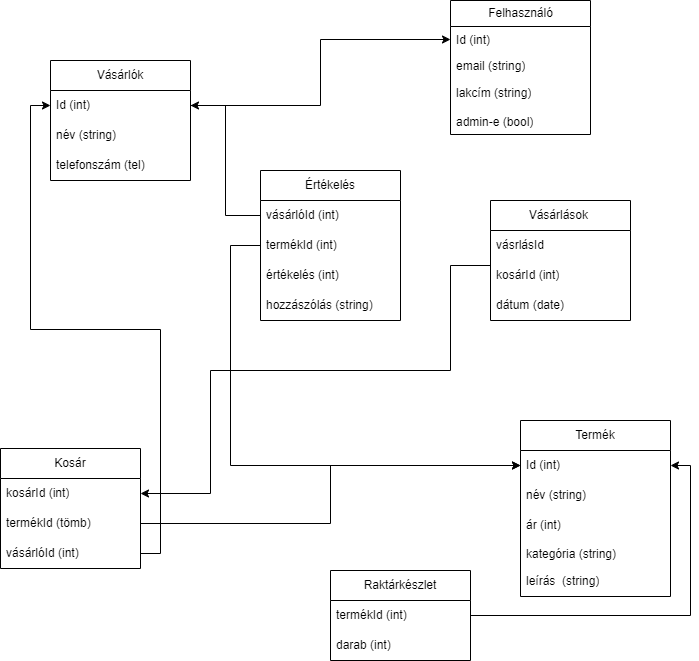
NoSignificantFrustration/RF1 keeps this draw.io diagram as adatbazisterv/adatbazisterv.drawio.png. Above is the earlier version. Source tidied: cells renumbered, new cells last; positions are measured from the earlier drawing's top-left corner, leaving out a move shared by most shapes.
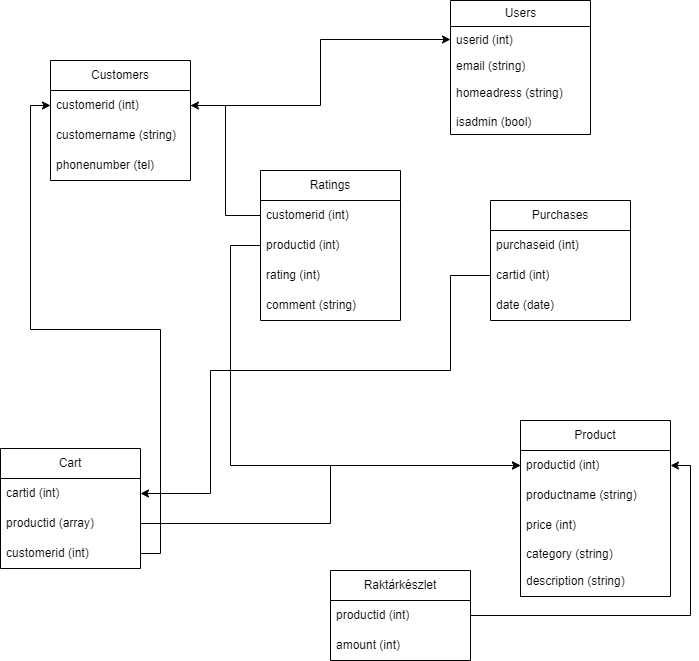
After the commit.

Change to the diagram source:
```diff
@@ -2,82 +2,82 @@
   <root>
     <mxCell id="0" />
     <mxCell id="1" parent="0" />
-    <mxCell id="2" value="Termék" style="swimlane;fontStyle=0;horizontal=1;startSize=30;whiteSpace=wrap;html=1;" parent="1" vertex="1">
+    <mxCell id="2" value="Product" style="swimlane;fontStyle=0;horizontal=1;startSize=30;whiteSpace=wrap;html=1;" parent="1" vertex="1">
       <mxGeometry x="520" y="420" width="150" height="176" as="geometry" />
     </mxCell>
-    <mxCell id="3" value="Id (int)" style="text;strokeColor=none;fillColor=none;align=left;verticalAlign=middle;spacingLeft=4;spacingRight=4;overflow=hidden;points=[[0,0.5],[1,0.5]];portConstraint=eastwest;whiteSpace=wrap;html=1;" parent="2" vertex="1">
+    <mxCell id="3" value="productid (int)" style="text;strokeColor=none;fillColor=none;align=left;verticalAlign=middle;spacingLeft=4;spacingRight=4;overflow=hidden;points=[[0,0.5],[1,0.5]];portConstraint=eastwest;whiteSpace=wrap;html=1;" parent="2" vertex="1">
       <mxGeometry y="30" width="150" height="30" as="geometry" />
     </mxCell>
-    <mxCell id="4" value="név (string)" style="text;strokeColor=none;fillColor=none;align=left;verticalAlign=middle;spacingLeft=4;spacingRight=4;overflow=hidden;whiteSpace=wrap;html=1;" parent="2" vertex="1">
+    <mxCell id="4" value="productname (string)" style="text;strokeColor=none;fillColor=none;align=left;verticalAlign=middle;spacingLeft=4;spacingRight=4;overflow=hidden;whiteSpace=wrap;html=1;" parent="2" vertex="1">
       <mxGeometry y="60" width="150" height="30" as="geometry" />
     </mxCell>
-    <mxCell id="5" value="ár (int)" style="text;strokeColor=none;fillColor=none;align=left;verticalAlign=middle;spacingLeft=4;spacingRight=4;overflow=hidden;whiteSpace=wrap;html=1;" parent="2" vertex="1">
+    <mxCell id="5" value="price (int)" style="text;strokeColor=none;fillColor=none;align=left;verticalAlign=middle;spacingLeft=4;spacingRight=4;overflow=hidden;whiteSpace=wrap;html=1;" parent="2" vertex="1">
       <mxGeometry y="90" width="150" height="30" as="geometry" />
     </mxCell>
-    <mxCell id="6" value="kategória (string)" style="text;strokeColor=none;fillColor=none;align=left;verticalAlign=top;spacingLeft=4;spacingRight=4;overflow=hidden;whiteSpace=wrap;html=1;" parent="2" vertex="1">
+    <mxCell id="6" value="category (string)" style="text;strokeColor=none;fillColor=none;align=left;verticalAlign=top;spacingLeft=4;spacingRight=4;overflow=hidden;whiteSpace=wrap;html=1;" parent="2" vertex="1">
       <mxGeometry y="120" width="150" height="26" as="geometry" />
     </mxCell>
-    <mxCell id="7" value="leírás&amp;nbsp; (string)" style="text;strokeColor=none;fillColor=none;align=left;verticalAlign=middle;spacingLeft=4;spacingRight=4;overflow=hidden;whiteSpace=wrap;html=1;" parent="2" vertex="1">
+    <mxCell id="7" value="description (string)" style="text;strokeColor=none;fillColor=none;align=left;verticalAlign=middle;spacingLeft=4;spacingRight=4;overflow=hidden;whiteSpace=wrap;html=1;" parent="2" vertex="1">
       <mxGeometry y="146" width="150" height="30" as="geometry" />
     </mxCell>
-    <mxCell id="8" value="Felhasználó" style="swimlane;fontStyle=0;horizontal=1;startSize=26;fillColor=none;html=1;" parent="1" vertex="1">
+    <mxCell id="8" value="Users" style="swimlane;fontStyle=0;horizontal=1;startSize=26;fillColor=none;html=1;" parent="1" vertex="1">
       <mxGeometry x="450" width="140" height="134" as="geometry" />
     </mxCell>
-    <mxCell id="9" value="Id (int)" style="text;strokeColor=none;fillColor=none;align=left;verticalAlign=top;spacingLeft=4;spacingRight=4;overflow=hidden;points=[[0,0.5],[1,0.5]];portConstraint=eastwest;whiteSpace=wrap;html=1;" parent="8" vertex="1">
+    <mxCell id="9" value="userid (int)" style="text;strokeColor=none;fillColor=none;align=left;verticalAlign=top;spacingLeft=4;spacingRight=4;overflow=hidden;points=[[0,0.5],[1,0.5]];portConstraint=eastwest;whiteSpace=wrap;html=1;" parent="8" vertex="1">
       <mxGeometry y="26" width="140" height="26" as="geometry" />
     </mxCell>
     <mxCell id="10" value="email (string)" style="text;strokeColor=none;fillColor=none;align=left;verticalAlign=top;spacingLeft=4;spacingRight=4;overflow=hidden;whiteSpace=wrap;html=1;" parent="8" vertex="1">
       <mxGeometry y="52" width="140" height="26" as="geometry" />
     </mxCell>
-    <mxCell id="11" value="lakcím (string)" style="text;strokeColor=none;fillColor=none;align=left;verticalAlign=middle;spacingLeft=4;spacingRight=4;overflow=hidden;whiteSpace=wrap;html=1;" parent="8" vertex="1">
+    <mxCell id="11" value="homeadress (string)" style="text;strokeColor=none;fillColor=none;align=left;verticalAlign=middle;spacingLeft=4;spacingRight=4;overflow=hidden;whiteSpace=wrap;html=1;" parent="8" vertex="1">
       <mxGeometry y="78" width="140" height="30" as="geometry" />
     </mxCell>
-    <mxCell id="12" value="admin-e (bool)" style="text;strokeColor=none;fillColor=none;align=left;verticalAlign=top;spacingLeft=4;spacingRight=4;overflow=hidden;whiteSpace=wrap;html=1;" parent="8" vertex="1">
+    <mxCell id="12" value="isadmin (bool)" style="text;strokeColor=none;fillColor=none;align=left;verticalAlign=top;spacingLeft=4;spacingRight=4;overflow=hidden;whiteSpace=wrap;html=1;" parent="8" vertex="1">
       <mxGeometry y="108" width="140" height="26" as="geometry" />
     </mxCell>
-    <mxCell id="13" value="Vásárlók" style="swimlane;fontStyle=0;horizontal=1;startSize=30;whiteSpace=wrap;html=1;" parent="1" vertex="1">
+    <mxCell id="13" value="Customers" style="swimlane;fontStyle=0;horizontal=1;startSize=30;whiteSpace=wrap;html=1;" parent="1" vertex="1">
       <mxGeometry x="50" y="60" width="140" height="120" as="geometry" />
     </mxCell>
-    <mxCell id="14" value="Id (int)" style="text;strokeColor=none;fillColor=none;align=left;verticalAlign=middle;spacingLeft=4;spacingRight=4;overflow=hidden;points=[[0,0.5],[1,0.5]];portConstraint=eastwest;whiteSpace=wrap;html=1;" parent="13" vertex="1">
+    <mxCell id="14" value="customerid (int)" style="text;strokeColor=none;fillColor=none;align=left;verticalAlign=middle;spacingLeft=4;spacingRight=4;overflow=hidden;points=[[0,0.5],[1,0.5]];portConstraint=eastwest;whiteSpace=wrap;html=1;" parent="13" vertex="1">
       <mxGeometry y="30" width="140" height="30" as="geometry" />
     </mxCell>
-    <mxCell id="15" value="név (string)" style="text;strokeColor=none;fillColor=none;align=left;verticalAlign=middle;spacingLeft=4;spacingRight=4;overflow=hidden;whiteSpace=wrap;html=1;" parent="13" vertex="1">
+    <mxCell id="15" value="customername (string)" style="text;strokeColor=none;fillColor=none;align=left;verticalAlign=middle;spacingLeft=4;spacingRight=4;overflow=hidden;whiteSpace=wrap;html=1;" parent="13" vertex="1">
       <mxGeometry y="60" width="140" height="30" as="geometry" />
     </mxCell>
-    <mxCell id="16" value="telefonszám (tel)" style="text;strokeColor=none;fillColor=none;align=left;verticalAlign=middle;spacingLeft=4;spacingRight=4;overflow=hidden;whiteSpace=wrap;html=1;" parent="13" vertex="1">
+    <mxCell id="16" value="phonenumber (tel)" style="text;strokeColor=none;fillColor=none;align=left;verticalAlign=middle;spacingLeft=4;spacingRight=4;overflow=hidden;whiteSpace=wrap;html=1;" parent="13" vertex="1">
       <mxGeometry y="90" width="140" height="30" as="geometry" />
     </mxCell>
-    <mxCell id="17" value="Kosár" style="swimlane;fontStyle=0;horizontal=1;startSize=30;whiteSpace=wrap;html=1;" parent="1" vertex="1">
+    <mxCell id="17" value="Cart" style="swimlane;fontStyle=0;horizontal=1;startSize=30;whiteSpace=wrap;html=1;" parent="1" vertex="1">
       <mxGeometry y="448" width="140" height="120" as="geometry" />
     </mxCell>
-    <mxCell id="18" value="kosárId (int)" style="text;strokeColor=none;fillColor=none;align=left;verticalAlign=middle;spacingLeft=4;spacingRight=4;overflow=hidden;points=[[0,0.5],[1,0.5]];portConstraint=eastwest;whiteSpace=wrap;html=1;" parent="17" vertex="1">
+    <mxCell id="18" value="cartid (int)" style="text;strokeColor=none;fillColor=none;align=left;verticalAlign=middle;spacingLeft=4;spacingRight=4;overflow=hidden;points=[[0,0.5],[1,0.5]];portConstraint=eastwest;whiteSpace=wrap;html=1;" parent="17" vertex="1">
       <mxGeometry y="30" width="140" height="30" as="geometry" />
     </mxCell>
-    <mxCell id="19" value="termékId (tömb)" style="text;strokeColor=none;fillColor=none;align=left;verticalAlign=middle;spacingLeft=4;spacingRight=4;overflow=hidden;points=[[0,0.5],[1,0.5]];portConstraint=eastwest;whiteSpace=wrap;html=1;" parent="17" vertex="1">
+    <mxCell id="19" value="productid (array)" style="text;strokeColor=none;fillColor=none;align=left;verticalAlign=middle;spacingLeft=4;spacingRight=4;overflow=hidden;points=[[0,0.5],[1,0.5]];portConstraint=eastwest;whiteSpace=wrap;html=1;" parent="17" vertex="1">
       <mxGeometry y="60" width="140" height="30" as="geometry" />
     </mxCell>
-    <mxCell id="20" value="vásárlóId (int)" style="text;strokeColor=none;fillColor=none;align=left;verticalAlign=middle;spacingLeft=4;spacingRight=4;overflow=hidden;points=[[0,0.5],[1,0.5]];portConstraint=eastwest;whiteSpace=wrap;html=1;" parent="17" vertex="1">
+    <mxCell id="20" value="customerid (int)" style="text;strokeColor=none;fillColor=none;align=left;verticalAlign=middle;spacingLeft=4;spacingRight=4;overflow=hidden;points=[[0,0.5],[1,0.5]];portConstraint=eastwest;whiteSpace=wrap;html=1;" parent="17" vertex="1">
       <mxGeometry y="90" width="140" height="30" as="geometry" />
     </mxCell>
-    <mxCell id="21" value="Vásárlások&amp;nbsp;" style="swimlane;fontStyle=0;horizontal=1;startSize=30;whiteSpace=wrap;html=1;" parent="1" vertex="1">
+    <mxCell id="21" value="Purchases" style="swimlane;fontStyle=0;horizontal=1;startSize=30;whiteSpace=wrap;html=1;" parent="1" vertex="1">
       <mxGeometry x="490" y="200" width="140" height="120" as="geometry" />
     </mxCell>
-    <mxCell id="22" value="vásrlásId" style="text;strokeColor=none;fillColor=none;align=left;verticalAlign=middle;spacingLeft=4;spacingRight=4;overflow=hidden;whiteSpace=wrap;html=1;" parent="21" vertex="1">
+    <mxCell id="22" value="purchaseid (int)" style="text;strokeColor=none;fillColor=none;align=left;verticalAlign=middle;spacingLeft=4;spacingRight=4;overflow=hidden;whiteSpace=wrap;html=1;" parent="21" vertex="1">
       <mxGeometry y="30" width="140" height="30" as="geometry" />
     </mxCell>
-    <mxCell id="23" value="kosárId (int)" style="text;strokeColor=none;fillColor=none;align=left;verticalAlign=middle;spacingLeft=4;spacingRight=4;overflow=hidden;points=[[0,0.5],[1,0.5]];portConstraint=eastwest;whiteSpace=wrap;html=1;" parent="21" vertex="1">
+    <mxCell id="23" value="cartid (int)" style="text;strokeColor=none;fillColor=none;align=left;verticalAlign=middle;spacingLeft=4;spacingRight=4;overflow=hidden;points=[[0,0.5],[1,0.5]];portConstraint=eastwest;whiteSpace=wrap;html=1;" parent="21" vertex="1">
       <mxGeometry y="60" width="140" height="30" as="geometry" />
     </mxCell>
-    <mxCell id="24" value="dátum (date)" style="text;strokeColor=none;fillColor=none;align=left;verticalAlign=middle;spacingLeft=4;spacingRight=4;overflow=hidden;whiteSpace=wrap;html=1;" parent="21" vertex="1">
+    <mxCell id="24" value="date (date)" style="text;strokeColor=none;fillColor=none;align=left;verticalAlign=middle;spacingLeft=4;spacingRight=4;overflow=hidden;whiteSpace=wrap;html=1;" parent="21" vertex="1">
       <mxGeometry y="90" width="140" height="30" as="geometry" />
     </mxCell>
     <mxCell id="25" value="Raktárkészlet" style="swimlane;fontStyle=0;horizontal=1;startSize=30;whiteSpace=wrap;html=1;" parent="1" vertex="1">
       <mxGeometry x="330" y="570" width="140" height="90" as="geometry" />
     </mxCell>
-    <mxCell id="26" value="termékId (int)" style="text;strokeColor=none;fillColor=none;align=left;verticalAlign=middle;spacingLeft=4;spacingRight=4;overflow=hidden;points=[[0,0.5],[1,0.5]];portConstraint=eastwest;whiteSpace=wrap;html=1;" parent="25" vertex="1">
+    <mxCell id="26" value="productid (int)" style="text;strokeColor=none;fillColor=none;align=left;verticalAlign=middle;spacingLeft=4;spacingRight=4;overflow=hidden;points=[[0,0.5],[1,0.5]];portConstraint=eastwest;whiteSpace=wrap;html=1;" parent="25" vertex="1">
       <mxGeometry y="30" width="140" height="30" as="geometry" />
     </mxCell>
-    <mxCell id="27" value="darab (int)" style="text;strokeColor=none;fillColor=none;align=left;verticalAlign=middle;spacingLeft=4;spacingRight=4;overflow=hidden;whiteSpace=wrap;html=1;" parent="25" vertex="1">
+    <mxCell id="27" value="amount (int)" style="text;strokeColor=none;fillColor=none;align=left;verticalAlign=middle;spacingLeft=4;spacingRight=4;overflow=hidden;whiteSpace=wrap;html=1;" parent="25" vertex="1">
       <mxGeometry y="60" width="140" height="30" as="geometry" />
     </mxCell>
     <mxCell id="28" style="edgeStyle=orthogonalEdgeStyle;rounded=0;jettySize=auto;html=1;entryX=0;entryY=0.5;entryDx=0;entryDy=0;" parent="1" edge="1" source="14" target="9">
@@ -89,19 +89,19 @@
     <mxCell id="30" style="edgeStyle=orthogonalEdgeStyle;rounded=0;jettySize=auto;html=1;entryX=1;entryY=0.5;entryDx=0;entryDy=0;" parent="1" edge="1" source="26" target="3">
       <mxGeometry relative="1" as="geometry" />
     </mxCell>
-    <mxCell id="31" value="Értékelés" style="swimlane;fontStyle=0;horizontal=1;startSize=30;whiteSpace=wrap;html=1;" parent="1" vertex="1">
+    <mxCell id="31" value="Ratings" style="swimlane;fontStyle=0;horizontal=1;startSize=30;whiteSpace=wrap;html=1;" parent="1" vertex="1">
       <mxGeometry x="260" y="170" width="140" height="150" as="geometry" />
     </mxCell>
-    <mxCell id="32" value="vásárlóId (int)" style="text;strokeColor=none;fillColor=none;align=left;verticalAlign=middle;spacingLeft=4;spacingRight=4;overflow=hidden;points=[[0,0.5],[1,0.5]];portConstraint=eastwest;whiteSpace=wrap;html=1;" parent="31" vertex="1">
+    <mxCell id="32" value="customerid (int)" style="text;strokeColor=none;fillColor=none;align=left;verticalAlign=middle;spacingLeft=4;spacingRight=4;overflow=hidden;points=[[0,0.5],[1,0.5]];portConstraint=eastwest;whiteSpace=wrap;html=1;" parent="31" vertex="1">
       <mxGeometry y="30" width="140" height="30" as="geometry" />
     </mxCell>
-    <mxCell id="33" value="termékId (int)" style="text;strokeColor=none;fillColor=none;align=left;verticalAlign=middle;spacingLeft=4;spacingRight=4;overflow=hidden;points=[[0,0.5],[1,0.5]];portConstraint=eastwest;whiteSpace=wrap;html=1;" parent="31" vertex="1">
+    <mxCell id="33" value="productid (int)" style="text;strokeColor=none;fillColor=none;align=left;verticalAlign=middle;spacingLeft=4;spacingRight=4;overflow=hidden;points=[[0,0.5],[1,0.5]];portConstraint=eastwest;whiteSpace=wrap;html=1;" parent="31" vertex="1">
       <mxGeometry y="60" width="140" height="30" as="geometry" />
     </mxCell>
-    <mxCell id="34" value="értékelés (int)" style="text;strokeColor=none;fillColor=none;align=left;verticalAlign=middle;spacingLeft=4;spacingRight=4;overflow=hidden;whiteSpace=wrap;html=1;" parent="31" vertex="1">
+    <mxCell id="34" value="rating (int)" style="text;strokeColor=none;fillColor=none;align=left;verticalAlign=middle;spacingLeft=4;spacingRight=4;overflow=hidden;whiteSpace=wrap;html=1;" parent="31" vertex="1">
       <mxGeometry y="90" width="140" height="30" as="geometry" />
     </mxCell>
-    <mxCell id="35" value="hozzászólás (string)" style="text;strokeColor=none;fillColor=none;align=left;verticalAlign=middle;spacingLeft=4;spacingRight=4;overflow=hidden;whiteSpace=wrap;html=1;" parent="31" vertex="1">
+    <mxCell id="35" value="comment (string)" style="text;strokeColor=none;fillColor=none;align=left;verticalAlign=middle;spacingLeft=4;spacingRight=4;overflow=hidden;whiteSpace=wrap;html=1;" parent="31" vertex="1">
       <mxGeometry y="120" width="140" height="30" as="geometry" />
     </mxCell>
     <mxCell id="36" style="edgeStyle=orthogonalEdgeStyle;rounded=0;jettySize=auto;html=1;" parent="1" edge="1" source="32" target="14">
@@ -115,10 +115,10 @@
         </Array>
       </mxGeometry>
     </mxCell>
-    <mxCell id="38" style="edgeStyle=orthogonalEdgeStyle;rounded=0;jettySize=auto;html=1;entryX=1;entryY=0.5;entryDx=0;entryDy=0;" parent="1" edge="1" source="23" target="18">
+    <mxCell id="38" style="edgeStyle=orthogonalEdgeStyle;rounded=0;jettySize=auto;html=1;entryX=1;entryY=0.5;entryDx=0;entryDy=0;exitX=0;exitY=0.5;exitDx=0;exitDy=0;" parent="1" edge="1" source="23" target="18">
       <mxGeometry relative="1" as="geometry">
         <Array as="points">
-          <mxPoint x="450" y="265" />
+          <mxPoint x="450" y="275" />
           <mxPoint x="450" y="370" />
           <mxPoint x="210" y="370" />
           <mxPoint x="210" y="493" />
```
